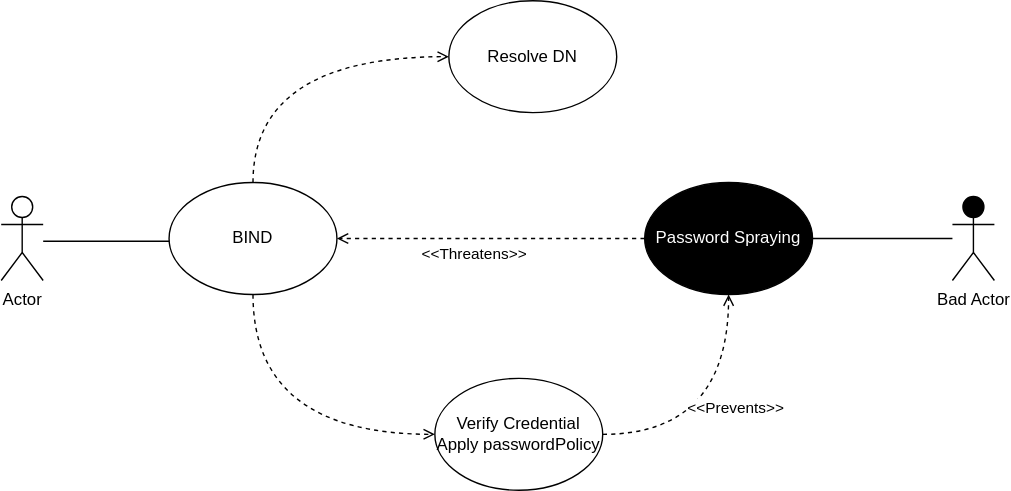
The draw.io diagram Use-Misuse Case 1 -Bind.drawio.svg in bartelsjoshuac/SAPG, before a commit. Source tidied: cells renumbered, new cells last; positions are measured from the earlier drawing's top-left corner, leaving out a move shared by most shapes.
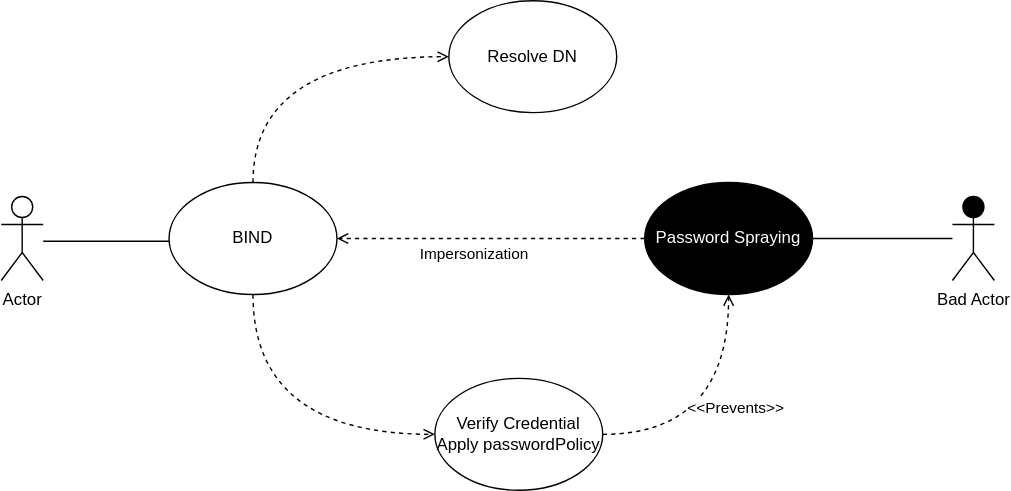
After the change.

Diff of the diagram source:
```diff
@@ -39,7 +39,7 @@
         <mxPoint x="240" y="170" as="targetPoint" />
       </mxGeometry>
     </mxCell>
-    <mxCell id="12" value="&amp;lt;&amp;lt;Threatens&amp;gt;&amp;gt;" style="edgeLabel;html=1;align=center;verticalAlign=middle;" parent="11" vertex="1">
+    <mxCell id="12" value="Impersonization" style="edgeLabel;html=1;align=center;verticalAlign=middle;" parent="11" vertex="1">
       <mxGeometry x="0.11" y="1" relative="1" as="geometry">
         <mxPoint y="9" as="offset" />
       </mxGeometry>
```
